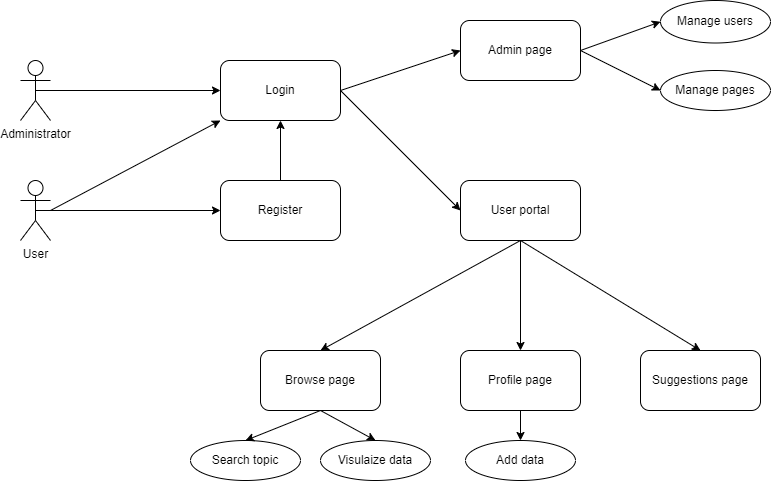
Above: docs/Diagrams/usecase_diagram.png in wad-project-amm-mt-im/BiDaR (draw.io), before the change. Source tidied: cells renumbered, new cells last; positions are measured from the earlier drawing's top-left corner, leaving out a move shared by most shapes. Source of this version:
```xml
<mxGraphModel>
  <root>
    <mxCell id="0" />
    <mxCell id="1" parent="0" />
    <mxCell id="2" value="User" style="shape=umlActor;verticalLabelPosition=bottom;verticalAlign=top;html=1;outlineConnect=0;" parent="1" vertex="1">
      <mxGeometry y="180" width="30" height="60" as="geometry" />
    </mxCell>
    <mxCell id="3" value="Administrator" style="shape=umlActor;verticalLabelPosition=bottom;verticalAlign=top;html=1;outlineConnect=0;" parent="1" vertex="1">
      <mxGeometry y="60" width="30" height="60" as="geometry" />
    </mxCell>
    <mxCell id="4" value="Login" style="rounded=1;whiteSpace=wrap;html=1;" parent="1" vertex="1">
      <mxGeometry x="200" y="60" width="120" height="60" as="geometry" />
    </mxCell>
    <mxCell id="5" value="Register" style="rounded=1;whiteSpace=wrap;html=1;" parent="1" vertex="1">
      <mxGeometry x="200" y="180" width="120" height="60" as="geometry" />
    </mxCell>
    <mxCell id="6" style="endArrow=classic;html=1;rounded=0;entryX=0;entryY=0.5;entryDx=0;entryDy=0;exitX=0.5;exitY=0.5;exitDx=0;exitDy=0;exitPerimeter=0;" parent="1" edge="1" source="3" target="4">
      <mxGeometry relative="1" as="geometry" />
    </mxCell>
    <mxCell id="7" style="endArrow=classic;html=1;rounded=0;exitX=0.5;exitY=0.5;exitDx=0;exitDy=0;exitPerimeter=0;entryX=0;entryY=0.5;entryDx=0;entryDy=0;" parent="1" edge="1" source="2" target="5">
      <mxGeometry relative="1" as="geometry" />
    </mxCell>
    <mxCell id="8" style="endArrow=classic;html=1;rounded=0;exitX=0.5;exitY=0;exitDx=0;exitDy=0;entryX=0.5;entryY=1;entryDx=0;entryDy=0;" parent="1" edge="1" source="5" target="4">
      <mxGeometry relative="1" as="geometry" />
    </mxCell>
    <mxCell id="9" value="Admin page" style="rounded=1;whiteSpace=wrap;html=1;" parent="1" vertex="1">
      <mxGeometry x="440" y="20" width="120" height="60" as="geometry" />
    </mxCell>
    <mxCell id="10" value="User portal" style="rounded=1;whiteSpace=wrap;html=1;" parent="1" vertex="1">
      <mxGeometry x="440" y="180" width="120" height="60" as="geometry" />
    </mxCell>
    <mxCell id="11" style="endArrow=classic;html=1;rounded=0;entryX=0;entryY=0.5;entryDx=0;entryDy=0;exitX=1;exitY=0.5;exitDx=0;exitDy=0;" parent="1" edge="1" source="4" target="9">
      <mxGeometry relative="1" as="geometry" />
    </mxCell>
    <mxCell id="12" style="endArrow=classic;html=1;rounded=0;entryX=0;entryY=0.5;entryDx=0;entryDy=0;exitX=1;exitY=0.5;exitDx=0;exitDy=0;" parent="1" edge="1" source="4" target="10">
      <mxGeometry relative="1" as="geometry" />
    </mxCell>
    <mxCell id="13" style="endArrow=classic;html=1;rounded=0;entryX=0;entryY=1;entryDx=0;entryDy=0;" parent="1" edge="1" target="4">
      <mxGeometry relative="1" as="geometry">
        <mxPoint x="30" y="210" as="sourcePoint" />
      </mxGeometry>
    </mxCell>
    <mxCell id="14" value="Manage users" style="ellipse;whiteSpace=wrap;html=1;" parent="1" vertex="1">
      <mxGeometry x="640" width="110" height="42.5" as="geometry" />
    </mxCell>
    <mxCell id="15" style="endArrow=classic;html=1;rounded=0;entryX=0;entryY=0.5;entryDx=0;entryDy=0;exitX=1;exitY=0.5;exitDx=0;exitDy=0;" parent="1" edge="1" source="9" target="14">
      <mxGeometry relative="1" as="geometry" />
    </mxCell>
    <mxCell id="16" value="Add data" style="ellipse;whiteSpace=wrap;html=1;" parent="1" vertex="1">
      <mxGeometry x="445" y="440" width="110" height="40" as="geometry" />
    </mxCell>
    <mxCell id="17" value="Search topic" style="ellipse;whiteSpace=wrap;html=1;" parent="1" vertex="1">
      <mxGeometry x="170" y="440" width="110" height="40" as="geometry" />
    </mxCell>
    <mxCell id="18" value="Browse page" style="rounded=1;whiteSpace=wrap;html=1;" parent="1" vertex="1">
      <mxGeometry x="240" y="350" width="120" height="60" as="geometry" />
    </mxCell>
    <mxCell id="19" value="Profile page" style="rounded=1;whiteSpace=wrap;html=1;" parent="1" vertex="1">
      <mxGeometry x="440" y="350" width="120" height="60" as="geometry" />
    </mxCell>
    <mxCell id="20" value="Suggestions page" style="rounded=1;whiteSpace=wrap;html=1;" parent="1" vertex="1">
      <mxGeometry x="620" y="350" width="120" height="60" as="geometry" />
    </mxCell>
    <mxCell id="21" style="endArrow=classic;html=1;rounded=0;exitX=0.5;exitY=1;exitDx=0;exitDy=0;" parent="1" edge="1" source="10" target="19">
      <mxGeometry relative="1" as="geometry" />
    </mxCell>
    <mxCell id="22" value="Visulaize data" style="ellipse;whiteSpace=wrap;html=1;" parent="1" vertex="1">
      <mxGeometry x="300" y="440" width="110" height="40" as="geometry" />
    </mxCell>
    <mxCell id="23" style="endArrow=classic;html=1;rounded=0;exitX=0.5;exitY=1;exitDx=0;exitDy=0;entryX=0.5;entryY=0;entryDx=0;entryDy=0;" parent="1" edge="1" source="18" target="22">
      <mxGeometry relative="1" as="geometry" />
    </mxCell>
    <mxCell id="24" style="endArrow=classic;html=1;rounded=0;entryX=0.5;entryY=0;entryDx=0;entryDy=0;exitX=0.5;exitY=1;exitDx=0;exitDy=0;" parent="1" edge="1" source="18" target="17">
      <mxGeometry relative="1" as="geometry" />
    </mxCell>
    <mxCell id="25" style="endArrow=classic;html=1;rounded=0;exitX=0.5;exitY=1;exitDx=0;exitDy=0;entryX=0.5;entryY=0;entryDx=0;entryDy=0;" parent="1" edge="1" source="10" target="18">
      <mxGeometry relative="1" as="geometry" />
    </mxCell>
    <mxCell id="26" style="endArrow=classic;html=1;rounded=0;exitX=0.5;exitY=1;exitDx=0;exitDy=0;entryX=0.5;entryY=0;entryDx=0;entryDy=0;" parent="1" edge="1" source="10" target="20">
      <mxGeometry relative="1" as="geometry" />
    </mxCell>
    <mxCell id="27" style="endArrow=classic;html=1;rounded=0;exitX=0.5;exitY=1;exitDx=0;exitDy=0;entryX=0.5;entryY=0;entryDx=0;entryDy=0;" parent="1" edge="1" source="19" target="16">
      <mxGeometry relative="1" as="geometry" />
    </mxCell>
    <mxCell id="28" value="Manage pages" style="ellipse;whiteSpace=wrap;html=1;" parent="1" vertex="1">
      <mxGeometry x="640" y="70" width="110" height="40" as="geometry" />
    </mxCell>
    <mxCell id="29" style="endArrow=classic;html=1;rounded=0;exitX=1;exitY=0.5;exitDx=0;exitDy=0;entryX=0;entryY=0.5;entryDx=0;entryDy=0;" parent="1" edge="1" source="9" target="28">
      <mxGeometry relative="1" as="geometry" />
    </mxCell>
  </root>
</mxGraphModel>
```
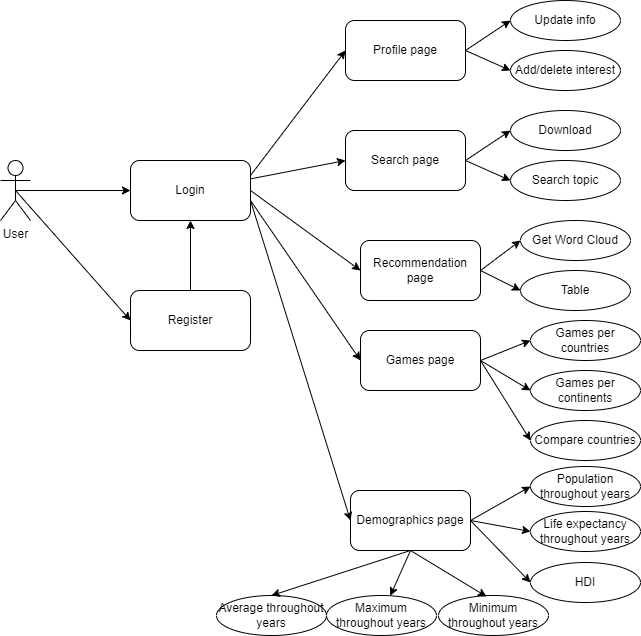
Above is the later version.

What changed in the source:
```diff
@@ -3,90 +3,151 @@
     <mxCell id="0" />
     <mxCell id="1" parent="0" />
     <mxCell id="2" value="User" style="shape=umlActor;verticalLabelPosition=bottom;verticalAlign=top;html=1;outlineConnect=0;" parent="1" vertex="1">
-      <mxGeometry y="180" width="30" height="60" as="geometry" />
+      <mxGeometry x="-200" y="-20" width="30" height="60" as="geometry" />
     </mxCell>
-    <mxCell id="3" value="Administrator" style="shape=umlActor;verticalLabelPosition=bottom;verticalAlign=top;html=1;outlineConnect=0;" parent="1" vertex="1">
-      <mxGeometry y="60" width="30" height="60" as="geometry" />
-    </mxCell>
     <mxCell id="4" value="Login" style="rounded=1;whiteSpace=wrap;html=1;" parent="1" vertex="1">
-      <mxGeometry x="200" y="60" width="120" height="60" as="geometry" />
+      <mxGeometry x="-70" y="-20" width="120" height="60" as="geometry" />
     </mxCell>
     <mxCell id="5" value="Register" style="rounded=1;whiteSpace=wrap;html=1;" parent="1" vertex="1">
-      <mxGeometry x="200" y="180" width="120" height="60" as="geometry" />
+      <mxGeometry x="-70" y="110" width="120" height="60" as="geometry" />
     </mxCell>
-    <mxCell id="6" style="endArrow=classic;html=1;rounded=0;entryX=0;entryY=0.5;entryDx=0;entryDy=0;exitX=0.5;exitY=0.5;exitDx=0;exitDy=0;exitPerimeter=0;" parent="1" edge="1" source="3" target="4">
-      <mxGeometry relative="1" as="geometry" />
-    </mxCell>
     <mxCell id="7" style="endArrow=classic;html=1;rounded=0;exitX=0.5;exitY=0.5;exitDx=0;exitDy=0;exitPerimeter=0;entryX=0;entryY=0.5;entryDx=0;entryDy=0;" parent="1" edge="1" source="2" target="5">
       <mxGeometry relative="1" as="geometry" />
     </mxCell>
     <mxCell id="8" style="endArrow=classic;html=1;rounded=0;exitX=0.5;exitY=0;exitDx=0;exitDy=0;entryX=0.5;entryY=1;entryDx=0;entryDy=0;" parent="1" edge="1" source="5" target="4">
       <mxGeometry relative="1" as="geometry" />
     </mxCell>
-    <mxCell id="9" value="Admin page" style="rounded=1;whiteSpace=wrap;html=1;" parent="1" vertex="1">
-      <mxGeometry x="440" y="20" width="120" height="60" as="geometry" />
-    </mxCell>
-    <mxCell id="10" value="User portal" style="rounded=1;whiteSpace=wrap;html=1;" parent="1" vertex="1">
-      <mxGeometry x="440" y="180" width="120" height="60" as="geometry" />
-    </mxCell>
-    <mxCell id="11" style="endArrow=classic;html=1;rounded=0;entryX=0;entryY=0.5;entryDx=0;entryDy=0;exitX=1;exitY=0.5;exitDx=0;exitDy=0;" parent="1" edge="1" source="4" target="9">
-      <mxGeometry relative="1" as="geometry" />
-    </mxCell>
-    <mxCell id="12" style="endArrow=classic;html=1;rounded=0;entryX=0;entryY=0.5;entryDx=0;entryDy=0;exitX=1;exitY=0.5;exitDx=0;exitDy=0;" parent="1" edge="1" source="4" target="10">
-      <mxGeometry relative="1" as="geometry" />
-    </mxCell>
-    <mxCell id="13" style="endArrow=classic;html=1;rounded=0;entryX=0;entryY=1;entryDx=0;entryDy=0;" parent="1" edge="1" target="4">
-      <mxGeometry relative="1" as="geometry">
-        <mxPoint x="30" y="210" as="sourcePoint" />
-      </mxGeometry>
+    <mxCell id="13" style="endArrow=classic;html=1;rounded=0;entryX=0;entryY=0.5;entryDx=0;entryDy=0;exitX=0.5;exitY=0.5;exitDx=0;exitDy=0;exitPerimeter=0;" parent="1" edge="1" source="2" target="4">
+      <mxGeometry relative="1" as="geometry" />
     </mxCell>
-    <mxCell id="14" value="Manage users" style="ellipse;whiteSpace=wrap;html=1;" parent="1" vertex="1">
-      <mxGeometry x="640" width="110" height="42.5" as="geometry" />
-    </mxCell>
-    <mxCell id="15" style="endArrow=classic;html=1;rounded=0;entryX=0;entryY=0.5;entryDx=0;entryDy=0;exitX=1;exitY=0.5;exitDx=0;exitDy=0;" parent="1" edge="1" source="9" target="14">
-      <mxGeometry relative="1" as="geometry" />
-    </mxCell>
-    <mxCell id="16" value="Add data" style="ellipse;whiteSpace=wrap;html=1;" parent="1" vertex="1">
-      <mxGeometry x="445" y="440" width="110" height="40" as="geometry" />
-    </mxCell>
     <mxCell id="17" value="Search topic" style="ellipse;whiteSpace=wrap;html=1;" parent="1" vertex="1">
-      <mxGeometry x="170" y="440" width="110" height="40" as="geometry" />
+      <mxGeometry x="310" y="-20" width="110" height="40" as="geometry" />
     </mxCell>
-    <mxCell id="18" value="Browse page" style="rounded=1;whiteSpace=wrap;html=1;" parent="1" vertex="1">
-      <mxGeometry x="240" y="350" width="120" height="60" as="geometry" />
+    <mxCell id="18" value="Search page" style="rounded=1;whiteSpace=wrap;html=1;" parent="1" vertex="1">
+      <mxGeometry x="145" y="-50" width="120" height="60" as="geometry" />
     </mxCell>
     <mxCell id="19" value="Profile page" style="rounded=1;whiteSpace=wrap;html=1;" parent="1" vertex="1">
-      <mxGeometry x="440" y="350" width="120" height="60" as="geometry" />
+      <mxGeometry x="145" y="-160" width="120" height="60" as="geometry" />
     </mxCell>
-    <mxCell id="20" value="Suggestions page" style="rounded=1;whiteSpace=wrap;html=1;" parent="1" vertex="1">
-      <mxGeometry x="620" y="350" width="120" height="60" as="geometry" />
+    <mxCell id="20" value="Recommendation page" style="rounded=1;whiteSpace=wrap;html=1;" parent="1" vertex="1">
+      <mxGeometry x="160" y="60" width="120" height="60" as="geometry" />
     </mxCell>
-    <mxCell id="21" style="endArrow=classic;html=1;rounded=0;exitX=0.5;exitY=1;exitDx=0;exitDy=0;" parent="1" edge="1" source="10" target="19">
+    <mxCell id="21" style="endArrow=classic;html=1;rounded=0;entryX=0;entryY=0.5;entryDx=0;entryDy=0;exitX=1;exitY=0.25;exitDx=0;exitDy=0;" parent="1" edge="1" source="4" target="19">
       <mxGeometry relative="1" as="geometry" />
     </mxCell>
-    <mxCell id="22" value="Visulaize data" style="ellipse;whiteSpace=wrap;html=1;" parent="1" vertex="1">
-      <mxGeometry x="300" y="440" width="110" height="40" as="geometry" />
+    <mxCell id="22" value="Download" style="ellipse;whiteSpace=wrap;html=1;" parent="1" vertex="1">
+      <mxGeometry x="310" y="-70" width="110" height="40" as="geometry" />
     </mxCell>
-    <mxCell id="23" style="endArrow=classic;html=1;rounded=0;exitX=0.5;exitY=1;exitDx=0;exitDy=0;entryX=0.5;entryY=0;entryDx=0;entryDy=0;" parent="1" edge="1" source="18" target="22">
+    <mxCell id="23" style="endArrow=classic;html=1;rounded=0;exitX=1;exitY=0.5;exitDx=0;exitDy=0;entryX=0;entryY=0.5;entryDx=0;entryDy=0;" parent="1" edge="1" source="18" target="22">
       <mxGeometry relative="1" as="geometry" />
     </mxCell>
-    <mxCell id="24" style="endArrow=classic;html=1;rounded=0;entryX=0.5;entryY=0;entryDx=0;entryDy=0;exitX=0.5;exitY=1;exitDx=0;exitDy=0;" parent="1" edge="1" source="18" target="17">
+    <mxCell id="24" style="endArrow=classic;html=1;rounded=0;exitX=1;exitY=0.5;exitDx=0;exitDy=0;entryX=0;entryY=0.5;entryDx=0;entryDy=0;" parent="1" edge="1" source="18" target="17">
       <mxGeometry relative="1" as="geometry" />
     </mxCell>
-    <mxCell id="25" style="endArrow=classic;html=1;rounded=0;exitX=0.5;exitY=1;exitDx=0;exitDy=0;entryX=0.5;entryY=0;entryDx=0;entryDy=0;" parent="1" edge="1" source="10" target="18">
+    <mxCell id="25" style="endArrow=classic;html=1;rounded=0;entryX=0;entryY=0.5;entryDx=0;entryDy=0;" parent="1" edge="1" source="4" target="18">
       <mxGeometry relative="1" as="geometry" />
     </mxCell>
-    <mxCell id="26" style="endArrow=classic;html=1;rounded=0;exitX=0.5;exitY=1;exitDx=0;exitDy=0;entryX=0.5;entryY=0;entryDx=0;entryDy=0;" parent="1" edge="1" source="10" target="20">
+    <mxCell id="26" style="endArrow=classic;html=1;rounded=0;entryX=0;entryY=0.5;entryDx=0;entryDy=0;exitX=1;exitY=0.5;exitDx=0;exitDy=0;" parent="1" edge="1" source="4" target="20">
       <mxGeometry relative="1" as="geometry" />
     </mxCell>
-    <mxCell id="27" style="endArrow=classic;html=1;rounded=0;exitX=0.5;exitY=1;exitDx=0;exitDy=0;entryX=0.5;entryY=0;entryDx=0;entryDy=0;" parent="1" edge="1" source="19" target="16">
-      <mxGeometry relative="1" as="geometry" />
-    </mxCell>
-    <mxCell id="28" value="Manage pages" style="ellipse;whiteSpace=wrap;html=1;" parent="1" vertex="1">
-      <mxGeometry x="640" y="70" width="110" height="40" as="geometry" />
-    </mxCell>
-    <mxCell id="29" style="endArrow=classic;html=1;rounded=0;exitX=1;exitY=0.5;exitDx=0;exitDy=0;entryX=0;entryY=0.5;entryDx=0;entryDy=0;" parent="1" edge="1" source="9" target="28">
-      <mxGeometry relative="1" as="geometry" />
-    </mxCell>
+    <mxCell id="30" value="Demographics page" style="rounded=1;whiteSpace=wrap;html=1;" parent="1" vertex="1">
+      <mxGeometry x="150" y="310" width="120" height="60" as="geometry" />
+    </mxCell>
+    <mxCell id="31" value="Games page" style="rounded=1;whiteSpace=wrap;html=1;" parent="1" vertex="1">
+      <mxGeometry x="160" y="150" width="120" height="60" as="geometry" />
+    </mxCell>
+    <mxCell id="32" style="endArrow=classic;html=1;rounded=0;entryX=0;entryY=0.5;entryDx=0;entryDy=0;" parent="1" edge="1" target="30">
+      <mxGeometry relative="1" as="geometry">
+        <mxPoint x="50" y="20" as="sourcePoint" />
+      </mxGeometry>
+    </mxCell>
+    <mxCell id="33" style="endArrow=classic;html=1;rounded=0;entryX=0;entryY=0.5;entryDx=0;entryDy=0;" parent="1" edge="1" target="31">
+      <mxGeometry relative="1" as="geometry">
+        <mxPoint x="50" y="20" as="sourcePoint" />
+      </mxGeometry>
+    </mxCell>
+    <mxCell id="34" value="Add/delete interest" style="ellipse;whiteSpace=wrap;html=1;" parent="1" vertex="1">
+      <mxGeometry x="310" y="-130" width="110" height="40" as="geometry" />
+    </mxCell>
+    <mxCell id="35" value="Update info" style="ellipse;whiteSpace=wrap;html=1;" parent="1" vertex="1">
+      <mxGeometry x="310" y="-180" width="110" height="40" as="geometry" />
+    </mxCell>
+    <mxCell id="36" style="endArrow=classic;html=1;rounded=0;entryX=0;entryY=0.5;entryDx=0;entryDy=0;exitX=1;exitY=0.5;exitDx=0;exitDy=0;" parent="1" edge="1" source="19" target="34">
+      <mxGeometry relative="1" as="geometry" />
+    </mxCell>
+    <mxCell id="37" style="endArrow=classic;html=1;rounded=0;exitX=1;exitY=0.5;exitDx=0;exitDy=0;entryX=0;entryY=0.5;entryDx=0;entryDy=0;" parent="1" edge="1" source="19" target="35">
+      <mxGeometry relative="1" as="geometry" />
+    </mxCell>
+    <mxCell id="38" value="Get Word Cloud" style="ellipse;whiteSpace=wrap;html=1;" parent="1" vertex="1">
+      <mxGeometry x="320" y="40" width="110" height="40" as="geometry" />
+    </mxCell>
+    <mxCell id="39" value="Table" style="ellipse;whiteSpace=wrap;html=1;" parent="1" vertex="1">
+      <mxGeometry x="320" y="90" width="110" height="40" as="geometry" />
+    </mxCell>
+    <mxCell id="40" style="edgeStyle=orthogonalEdgeStyle;rounded=0;orthogonalLoop=1;jettySize=auto;html=1;exitX=0.5;exitY=1;exitDx=0;exitDy=0;" parent="1" edge="1" source="39" target="39">
+      <mxGeometry relative="1" as="geometry" />
+    </mxCell>
+    <mxCell id="41" value="Population throughout years" style="ellipse;whiteSpace=wrap;html=1;" parent="1" vertex="1">
+      <mxGeometry x="330" y="286" width="110" height="40" as="geometry" />
+    </mxCell>
+    <mxCell id="42" value="Life expectancy throughout years" style="ellipse;whiteSpace=wrap;html=1;" parent="1" vertex="1">
+      <mxGeometry x="330" y="331" width="110" height="40" as="geometry" />
+    </mxCell>
+    <mxCell id="43" value="HDI" style="ellipse;whiteSpace=wrap;html=1;" parent="1" vertex="1">
+      <mxGeometry x="330" y="382" width="110" height="40" as="geometry" />
+    </mxCell>
+    <mxCell id="44" value="Average throughout years" style="ellipse;whiteSpace=wrap;html=1;" parent="1" vertex="1">
+      <mxGeometry x="16" y="415" width="110" height="40" as="geometry" />
+    </mxCell>
+    <mxCell id="45" value="Maximum throughout years" style="ellipse;whiteSpace=wrap;html=1;" parent="1" vertex="1">
+      <mxGeometry x="126" y="415" width="110" height="40" as="geometry" />
+    </mxCell>
+    <mxCell id="46" value="Minimum throughout years" style="ellipse;whiteSpace=wrap;html=1;" parent="1" vertex="1">
+      <mxGeometry x="238" y="415" width="110" height="40" as="geometry" />
+    </mxCell>
+    <mxCell id="47" value="Games per countries" style="ellipse;whiteSpace=wrap;html=1;" parent="1" vertex="1">
+      <mxGeometry x="330" y="140" width="110" height="40" as="geometry" />
+    </mxCell>
+    <mxCell id="48" value="Games per continents" style="ellipse;whiteSpace=wrap;html=1;" parent="1" vertex="1">
+      <mxGeometry x="330" y="190" width="110" height="40" as="geometry" />
+    </mxCell>
+    <mxCell id="49" value="Compare countries" style="ellipse;whiteSpace=wrap;html=1;" parent="1" vertex="1">
+      <mxGeometry x="330" y="240" width="110" height="40" as="geometry" />
+    </mxCell>
+    <mxCell id="50" style="endArrow=classic;html=1;rounded=0;exitX=1;exitY=0.5;exitDx=0;exitDy=0;entryX=0;entryY=0.5;entryDx=0;entryDy=0;" parent="1" edge="1" source="20" target="38">
+      <mxGeometry relative="1" as="geometry" />
+    </mxCell>
+    <mxCell id="51" style="endArrow=classic;html=1;rounded=0;exitX=1;exitY=0.5;exitDx=0;exitDy=0;entryX=0;entryY=0.5;entryDx=0;entryDy=0;" parent="1" edge="1" source="20" target="39">
+      <mxGeometry relative="1" as="geometry" />
+    </mxCell>
+    <mxCell id="52" style="endArrow=classic;html=1;rounded=0;exitX=1;exitY=0.5;exitDx=0;exitDy=0;entryX=0;entryY=0.5;entryDx=0;entryDy=0;" parent="1" edge="1" source="31" target="47">
+      <mxGeometry relative="1" as="geometry" />
+    </mxCell>
+    <mxCell id="53" style="endArrow=classic;html=1;rounded=0;exitX=1;exitY=0.5;exitDx=0;exitDy=0;entryX=0;entryY=0.5;entryDx=0;entryDy=0;" parent="1" edge="1" source="31" target="48">
+      <mxGeometry relative="1" as="geometry" />
+    </mxCell>
+    <mxCell id="54" style="endArrow=classic;html=1;rounded=0;exitX=1;exitY=0.5;exitDx=0;exitDy=0;entryX=0;entryY=0.5;entryDx=0;entryDy=0;" parent="1" edge="1" source="31" target="49">
+      <mxGeometry relative="1" as="geometry" />
+    </mxCell>
+    <mxCell id="55" style="endArrow=classic;html=1;rounded=0;exitX=1;exitY=0.5;exitDx=0;exitDy=0;entryX=0;entryY=0.5;entryDx=0;entryDy=0;" parent="1" edge="1" source="30" target="41">
+      <mxGeometry relative="1" as="geometry" />
+    </mxCell>
+    <mxCell id="56" style="endArrow=classic;html=1;rounded=0;exitX=1;exitY=0.5;exitDx=0;exitDy=0;entryX=0;entryY=0.5;entryDx=0;entryDy=0;" parent="1" edge="1" source="30" target="42">
+      <mxGeometry relative="1" as="geometry" />
+    </mxCell>
+    <mxCell id="57" style="endArrow=classic;html=1;rounded=0;exitX=1;exitY=0.5;exitDx=0;exitDy=0;entryX=0;entryY=0.5;entryDx=0;entryDy=0;" parent="1" edge="1" source="30" target="43">
+      <mxGeometry relative="1" as="geometry" />
+    </mxCell>
+    <mxCell id="58" style="endArrow=classic;html=1;rounded=0;exitX=0.5;exitY=1;exitDx=0;exitDy=0;entryX=0.436;entryY=0.025;entryDx=0;entryDy=0;entryPerimeter=0;" parent="1" edge="1" source="30" target="46">
+      <mxGeometry relative="1" as="geometry" />
+    </mxCell>
+    <mxCell id="59" style="endArrow=classic;html=1;rounded=0;exitX=0.5;exitY=1;exitDx=0;exitDy=0;" parent="1" edge="1" source="30" target="45">
+      <mxGeometry relative="1" as="geometry" />
+    </mxCell>
+    <mxCell id="60" style="endArrow=classic;html=1;rounded=0;entryX=0.5;entryY=0;entryDx=0;entryDy=0;" parent="1" edge="1" target="44">
+      <mxGeometry relative="1" as="geometry">
+        <mxPoint x="210" y="370" as="sourcePoint" />
+      </mxGeometry>
+    </mxCell>
   </root>
 </mxGraphModel>
```
